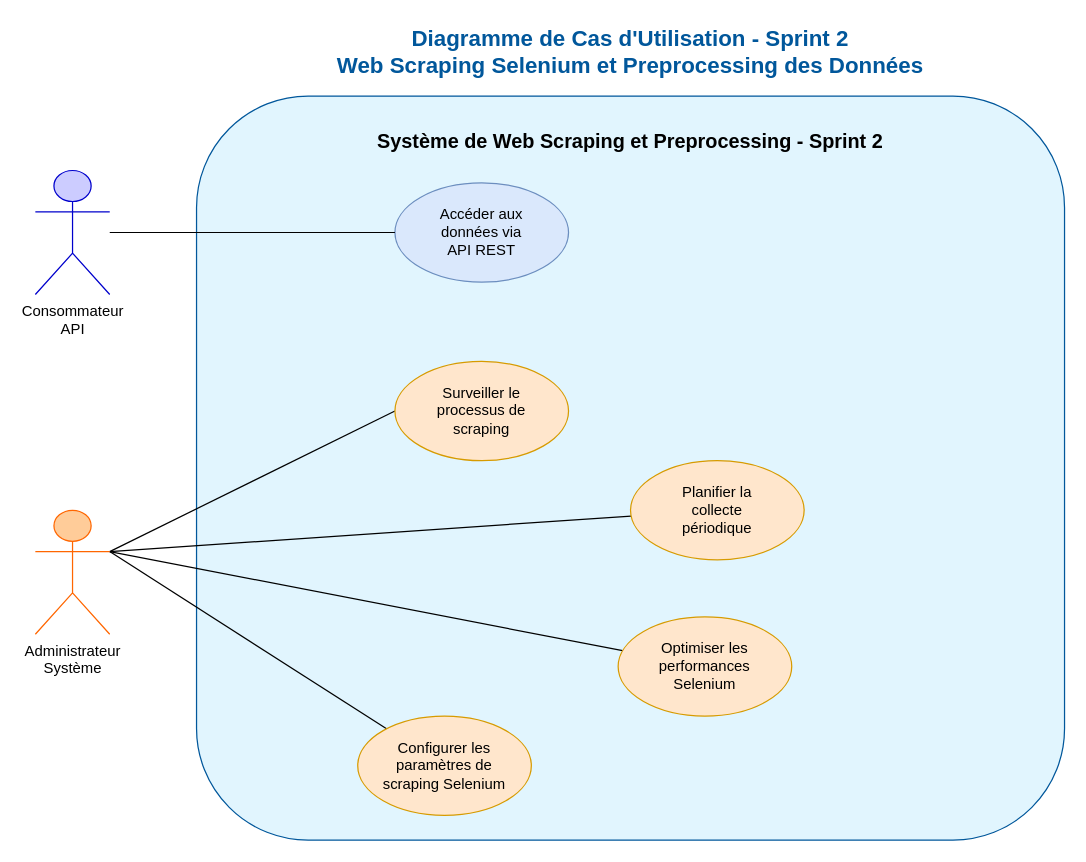
Above: drawio/sprint2-usecase.drawio in adilonam/latex-sentiment (draw.io), before the change. Source tidied: cells renumbered, new cells numbered last; positions are measured from the earlier drawing's top-left corner, leaving out a move shared by most shapes. Both pictures are drawn from the tidied source at 124%, with x=0, y=0 at pixel (35, 21).
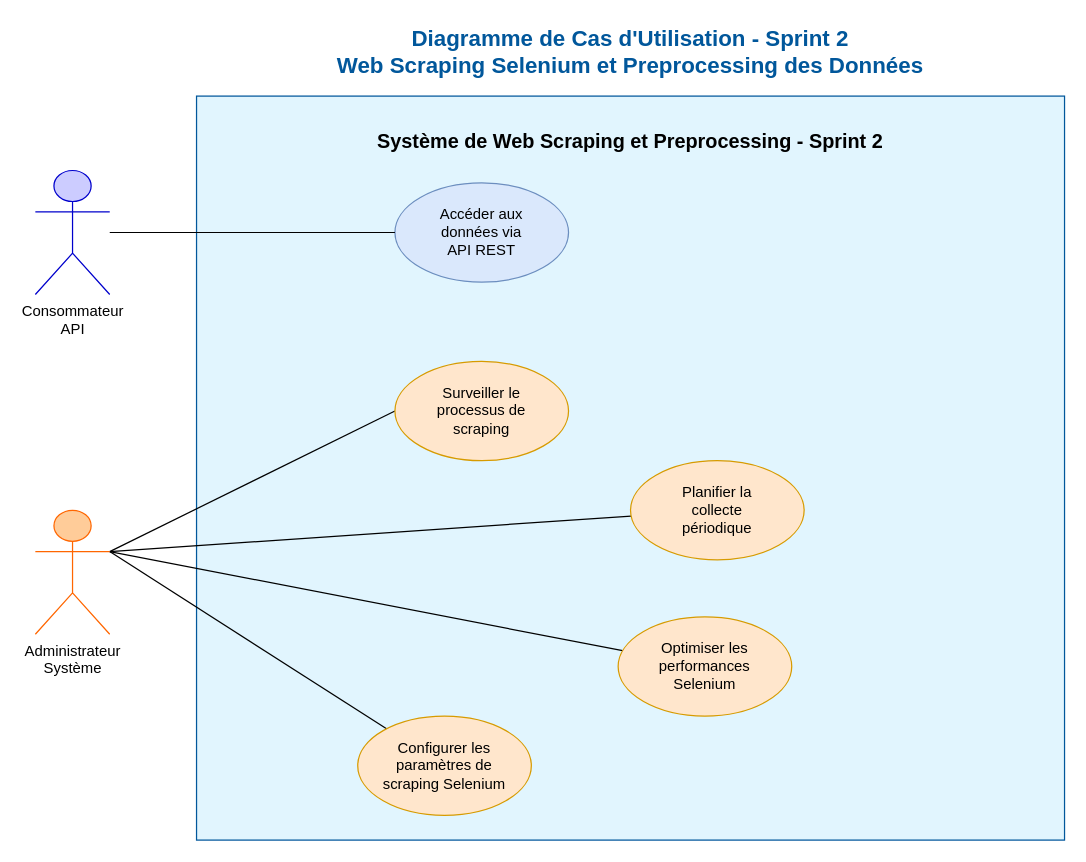
The same diagram, later.

Commit message (it also covers changes not shown here):
Add class and use case diagrams for Sprint 2

The edit, as a diff of the source:
```diff
@@
 <mxGraphModel>
   <root>
     <mxCell id="0" />
     <mxCell id="1" parent="0" />
-    <mxCell id="2" value="Système de Web Scraping et Preprocessing - Sprint 2" style="rounded=1;whiteSpace=wrap;html=1;fillColor=#e1f5fe;strokeColor=#01579b;fontSize=16;fontStyle=1;verticalAlign=top;spacingTop=20;" parent="1" vertex="1">
+    <mxCell id="2" value="Système de Web Scraping et Preprocessing - Sprint 2" style="rounded=0;whiteSpace=wrap;html=1;fillColor=#e1f5fe;strokeColor=#01579b;fontSize=16;fontStyle=1;verticalAlign=top;spacingTop=20;" parent="1" vertex="1">
       <mxGeometry x="130" y="60" width="700" height="600" as="geometry" />
     </mxCell>
     <mxCell id="3" style="edgeStyle=none;html=1;exitX=1;exitY=0.3333333333333333;exitDx=0;exitDy=0;exitPerimeter=0;entryX=0;entryY=0.5;entryDx=0;entryDy=0;endArrow=none;endFill=0;" parent="1" edge="1" source="7" target="10">
       <mxGeometry relative="1" as="geometry" />
     </mxCell>
     <mxCell id="4" style="edgeStyle=none;html=1;exitX=1;exitY=0.3333333333333333;exitDx=0;exitDy=0;exitPerimeter=0;endArrow=none;endFill=0;" parent="1" edge="1" source="7" target="11">
       <mxGeometry relative="1" as="geometry" />
     </mxCell>
     <mxCell id="5" style="edgeStyle=none;html=1;exitX=1;exitY=0.3333333333333333;exitDx=0;exitDy=0;exitPerimeter=0;endArrow=none;endFill=0;" parent="1" edge="1" source="7" target="9">
       <mxGeometry relative="1" as="geometry" />
     </mxCell>
     <mxCell id="6" style="edgeStyle=none;html=1;exitX=1;exitY=0.3333333333333333;exitDx=0;exitDy=0;exitPerimeter=0;endArrow=none;endFill=0;" parent="1" edge="1" source="7" target="13">
       <mxGeometry relative="1" as="geometry" />
     </mxCell>
     <mxCell id="7" value="Administrateur&lt;br&gt;Système" style="shape=umlActor;verticalLabelPosition=bottom;verticalAlign=top;html=1;outlineConnect=0;fillColor=#ffcc99;strokeColor=#ff6600;" parent="1" vertex="1">
       <mxGeometry y="394" width="60" height="100" as="geometry" />
     </mxCell>
     <mxCell id="8" value="Consommateur&lt;br&gt;API" style="shape=umlActor;verticalLabelPosition=bottom;verticalAlign=top;html=1;outlineConnect=0;fillColor=#ccccff;strokeColor=#0000cc;" parent="1" vertex="1">
       <mxGeometry y="120" width="60" height="100" as="geometry" />
     </mxCell>
     <mxCell id="9" value="Configurer les&lt;br&gt;paramètres de&lt;br&gt;scraping Selenium" style="ellipse;whiteSpace=wrap;html=1;fillColor=#ffe6cc;strokeColor=#d79b00;" parent="1" vertex="1">
       <mxGeometry x="260" y="560" width="140" height="80" as="geometry" />
     </mxCell>
     <mxCell id="10" value="Surveiller le&lt;br&gt;processus de&lt;br&gt;scraping" style="ellipse;whiteSpace=wrap;html=1;fillColor=#ffe6cc;strokeColor=#d79b00;" parent="1" vertex="1">
       <mxGeometry x="290" y="274" width="140" height="80" as="geometry" />
     </mxCell>
     <mxCell id="11" value="Planifier la&lt;br&gt;collecte&lt;br&gt;périodique" style="ellipse;whiteSpace=wrap;html=1;fillColor=#ffe6cc;strokeColor=#d79b00;" parent="1" vertex="1">
       <mxGeometry x="480" y="354" width="140" height="80" as="geometry" />
     </mxCell>
     <mxCell id="12" value="Accéder aux&lt;br&gt;données via&lt;br&gt;API REST" style="ellipse;whiteSpace=wrap;html=1;fillColor=#dae8fc;strokeColor=#6c8ebf;" parent="1" vertex="1">
       <mxGeometry x="290" y="130" width="140" height="80" as="geometry" />
     </mxCell>
     <mxCell id="13" value="Optimiser les&lt;br&gt;performances&lt;br&gt;Selenium" style="ellipse;whiteSpace=wrap;html=1;fillColor=#ffe6cc;strokeColor=#d79b00;" parent="1" vertex="1">
       <mxGeometry x="470" y="480" width="140" height="80" as="geometry" />
     </mxCell>
     <mxCell id="14" style="endArrow=none;html=1;rounded=0;" parent="1" edge="1" source="8" target="12">
       <mxGeometry relative="1" as="geometry" />
     </mxCell>
     <mxCell id="15" value="Diagramme de Cas d'Utilisation - Sprint 2&lt;br&gt;Web Scraping Selenium et Preprocessing des Données" style="text;html=1;strokeColor=none;fillColor=none;align=center;verticalAlign=middle;whiteSpace=wrap;rounded=0;fontSize=18;fontStyle=1;fontColor=#01579b;" parent="1" vertex="1">
       <mxGeometry x="230" width="500" height="50" as="geometry" />
     </mxCell>
   </root>
 </mxGraphModel>
```
